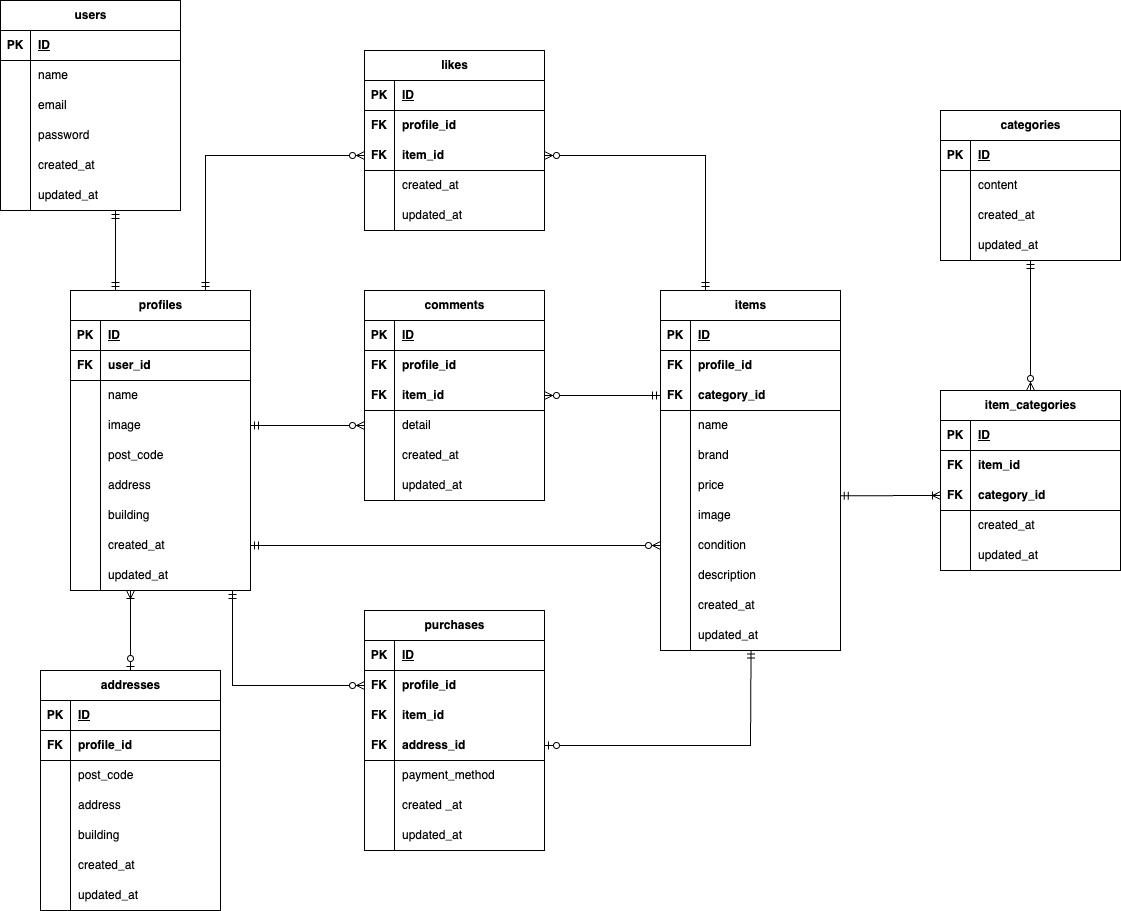
This is flea-market.png from ri0921/flea-market, a draw.io export, as it was before one commit. Source tidied: cells renumbered, new cells last; positions are measured from the earlier drawing's top-left corner, leaving out a move shared by most shapes.
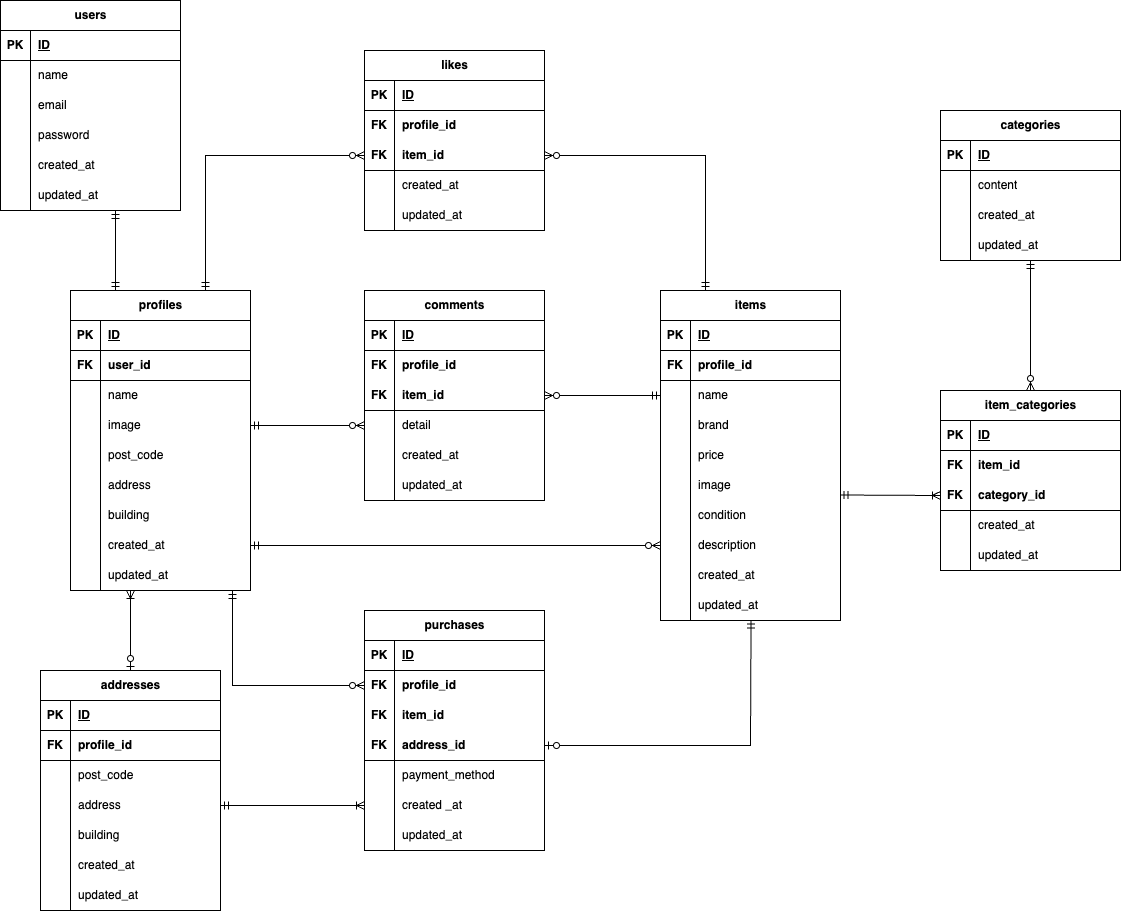
Above is the later version.

Change to the diagram source:
```diff
@@ -199,7 +199,7 @@
       <mxGeometry x="30" width="150" height="30" as="geometry" />
     </mxCell>
     <mxCell id="66" value="items" style="shape=table;startSize=30;rowLines=0;fontStyle=1;align=center;html=1;" parent="1" vertex="1">
-      <mxGeometry x="660" y="290" width="180" height="360" as="geometry" />
+      <mxGeometry x="660" y="290" width="180" height="330" as="geometry" />
     </mxCell>
     <mxCell id="67" style="shape=tableRow;horizontal=0;startSize=0;swimlaneHead=0;swimlaneBody=0;fillColor=none;top=0;left=0;right=0;bottom=1;" parent="66" vertex="1">
       <mxGeometry y="30" width="180" height="30" as="geometry" />
@@ -213,23 +213,14 @@
     <mxCell id="70" style="shape=tableRow;horizontal=0;startSize=0;swimlaneHead=0;swimlaneBody=0;fillColor=none;top=0;left=0;right=0;bottom=0;" parent="66" vertex="1">
       <mxGeometry y="60" width="180" height="30" as="geometry" />
     </mxCell>
-    <mxCell id="71" value="&lt;b&gt;FK&lt;/b&gt;" style="shape=partialRectangle;fillColor=none;top=0;left=0;bottom=0;right=0;overflow=hidden;whiteSpace=wrap;html=1;" parent="70" vertex="1">
+    <mxCell id="71" value="&lt;b&gt;FK&lt;/b&gt;" style="shape=partialRectangle;fillColor=none;top=0;left=0;bottom=1;right=0;overflow=hidden;whiteSpace=wrap;html=1;" parent="70" vertex="1">
       <mxGeometry width="30" height="30" as="geometry" />
     </mxCell>
-    <mxCell id="72" value="&lt;b&gt;profile_id&lt;/b&gt;" style="shape=partialRectangle;fillColor=none;top=0;left=0;bottom=0;right=0;align=left;spacingLeft=6;overflow=hidden;whiteSpace=wrap;html=1;" parent="70" vertex="1">
+    <mxCell id="72" value="&lt;b&gt;profile_id&lt;/b&gt;" style="shape=partialRectangle;fillColor=none;top=0;left=0;bottom=1;right=0;align=left;spacingLeft=6;overflow=hidden;whiteSpace=wrap;html=1;" parent="70" vertex="1">
       <mxGeometry x="30" width="150" height="30" as="geometry" />
     </mxCell>
-    <mxCell id="73" style="shape=tableRow;horizontal=0;startSize=0;swimlaneHead=0;swimlaneBody=0;fillColor=none;points=[[0,0.5],[1,0.5]];portConstraint=eastwest;top=0;left=0;right=0;bottom=0;" parent="66" vertex="1">
-      <mxGeometry y="90" width="180" height="30" as="geometry" />
-    </mxCell>
-    <mxCell id="74" value="&lt;b&gt;FK&lt;/b&gt;" style="shape=partialRectangle;fillColor=none;top=0;left=0;bottom=1;right=0;overflow=hidden;whiteSpace=wrap;html=1;" parent="73" vertex="1">
-      <mxGeometry width="30" height="30" as="geometry" />
-    </mxCell>
-    <mxCell id="75" value="&lt;b&gt;category_id&lt;/b&gt;" style="shape=partialRectangle;fillColor=none;top=0;left=0;bottom=1;right=0;align=left;spacingLeft=6;overflow=hidden;whiteSpace=wrap;html=1;" parent="73" vertex="1">
-      <mxGeometry x="30" width="150" height="30" as="geometry" />
-    </mxCell>
     <mxCell id="76" style="shape=tableRow;horizontal=0;startSize=0;swimlaneHead=0;swimlaneBody=0;fillColor=none;points=[[0,0.5],[1,0.5]];portConstraint=eastwest;top=0;left=0;right=0;bottom=0;" parent="66" vertex="1">
-      <mxGeometry y="120" width="180" height="30" as="geometry" />
+      <mxGeometry y="90" width="180" height="30" as="geometry" />
     </mxCell>
     <mxCell id="77" style="shape=partialRectangle;fillColor=none;top=0;left=0;bottom=0;right=0;overflow=hidden;whiteSpace=wrap;html=1;" parent="76" vertex="1">
       <mxGeometry width="30" height="30" as="geometry" />
@@ -238,7 +229,7 @@
       <mxGeometry x="30" width="150" height="30" as="geometry" />
     </mxCell>
     <mxCell id="79" style="shape=tableRow;horizontal=0;startSize=0;swimlaneHead=0;swimlaneBody=0;fillColor=none;top=0;left=0;right=0;bottom=0;" parent="66" vertex="1">
-      <mxGeometry y="150" width="180" height="30" as="geometry" />
+      <mxGeometry y="120" width="180" height="30" as="geometry" />
     </mxCell>
     <mxCell id="80" style="shape=partialRectangle;fillColor=none;top=0;left=0;bottom=0;right=0;overflow=hidden;whiteSpace=wrap;html=1;" parent="79" vertex="1">
       <mxGeometry width="30" height="30" as="geometry" />
@@ -247,7 +238,7 @@
       <mxGeometry x="30" width="150" height="30" as="geometry" />
     </mxCell>
     <mxCell id="82" style="shape=tableRow;horizontal=0;startSize=0;swimlaneHead=0;swimlaneBody=0;fillColor=none;points=[[0,0.5],[1,0.5]];portConstraint=eastwest;top=0;left=0;right=0;bottom=0;" parent="66" vertex="1">
-      <mxGeometry y="180" width="180" height="30" as="geometry" />
+      <mxGeometry y="150" width="180" height="30" as="geometry" />
     </mxCell>
     <mxCell id="83" style="shape=partialRectangle;fillColor=none;top=0;left=0;bottom=0;right=0;overflow=hidden;whiteSpace=wrap;html=1;" parent="82" vertex="1">
       <mxGeometry width="30" height="30" as="geometry" />
@@ -256,7 +247,7 @@
       <mxGeometry x="30" width="150" height="30" as="geometry" />
     </mxCell>
     <mxCell id="85" style="shape=tableRow;horizontal=0;startSize=0;swimlaneHead=0;swimlaneBody=0;fillColor=none;points=[[0,0.5],[1,0.5]];portConstraint=eastwest;top=0;left=0;right=0;bottom=0;" parent="66" vertex="1">
-      <mxGeometry y="210" width="180" height="30" as="geometry" />
+      <mxGeometry y="180" width="180" height="30" as="geometry" />
     </mxCell>
     <mxCell id="86" style="shape=partialRectangle;fillColor=none;top=0;left=0;bottom=0;right=0;overflow=hidden;whiteSpace=wrap;html=1;" parent="85" vertex="1">
       <mxGeometry width="30" height="30" as="geometry" />
@@ -265,7 +256,7 @@
       <mxGeometry x="30" width="150" height="30" as="geometry" />
     </mxCell>
     <mxCell id="88" style="shape=tableRow;horizontal=0;startSize=0;swimlaneHead=0;swimlaneBody=0;fillColor=none;points=[[0,0.5],[1,0.5]];portConstraint=eastwest;top=0;left=0;right=0;bottom=0;" parent="66" vertex="1">
-      <mxGeometry y="240" width="180" height="30" as="geometry" />
+      <mxGeometry y="210" width="180" height="30" as="geometry" />
     </mxCell>
     <mxCell id="89" style="shape=partialRectangle;fillColor=none;top=0;left=0;bottom=0;right=0;overflow=hidden;whiteSpace=wrap;html=1;" parent="88" vertex="1">
       <mxGeometry width="30" height="30" as="geometry" />
@@ -274,7 +265,7 @@
       <mxGeometry x="30" width="150" height="30" as="geometry" />
     </mxCell>
     <mxCell id="91" style="shape=tableRow;horizontal=0;startSize=0;swimlaneHead=0;swimlaneBody=0;fillColor=none;points=[[0,0.5],[1,0.5]];portConstraint=eastwest;top=0;left=0;right=0;bottom=0;" parent="66" vertex="1">
-      <mxGeometry y="270" width="180" height="30" as="geometry" />
+      <mxGeometry y="240" width="180" height="30" as="geometry" />
     </mxCell>
     <mxCell id="92" style="shape=partialRectangle;fillColor=none;top=0;left=0;bottom=0;right=0;overflow=hidden;whiteSpace=wrap;html=1;" parent="91" vertex="1">
       <mxGeometry width="30" height="30" as="geometry" />
@@ -283,7 +274,7 @@
       <mxGeometry x="30" width="150" height="30" as="geometry" />
     </mxCell>
     <mxCell id="94" style="shape=tableRow;horizontal=0;startSize=0;swimlaneHead=0;swimlaneBody=0;fillColor=none;top=0;left=0;right=0;bottom=0;" parent="66" vertex="1">
-      <mxGeometry y="300" width="180" height="30" as="geometry" />
+      <mxGeometry y="270" width="180" height="30" as="geometry" />
     </mxCell>
     <mxCell id="95" style="shape=partialRectangle;fillColor=none;top=0;left=0;bottom=0;right=0;overflow=hidden;whiteSpace=wrap;html=1;" parent="94" vertex="1">
       <mxGeometry width="30" height="30" as="geometry" />
@@ -292,7 +283,7 @@
       <mxGeometry x="30" width="150" height="30" as="geometry" />
     </mxCell>
     <mxCell id="97" style="shape=tableRow;horizontal=0;startSize=0;swimlaneHead=0;swimlaneBody=0;fillColor=none;points=[[0,0.5],[1,0.5]];portConstraint=eastwest;top=0;left=0;right=0;bottom=0;" parent="66" vertex="1">
-      <mxGeometry y="330" width="180" height="30" as="geometry" />
+      <mxGeometry y="300" width="180" height="30" as="geometry" />
     </mxCell>
     <mxCell id="98" style="shape=partialRectangle;fillColor=none;top=0;left=0;bottom=0;right=0;overflow=hidden;whiteSpace=wrap;html=1;" parent="97" vertex="1">
       <mxGeometry width="30" height="30" as="geometry" />
@@ -415,7 +406,7 @@
     <mxCell id="136" style="edgeStyle=none;html=1;exitX=1;exitY=0.5;exitDx=0;exitDy=0;entryX=0;entryY=0.5;entryDx=0;entryDy=0;rounded=0;curved=0;startArrow=ERmandOne;startFill=0;endArrow=ERzeroToMany;endFill=0;" parent="1" edge="1" target="54">
       <mxGeometry relative="1" as="geometry" />
     </mxCell>
-    <mxCell id="137" style="edgeStyle=none;html=1;exitX=1;exitY=0.5;exitDx=0;exitDy=0;entryX=0;entryY=0.5;entryDx=0;entryDy=0;rounded=0;curved=0;endArrow=ERmandOne;endFill=0;startArrow=ERzeroToMany;startFill=0;" parent="1" edge="1" source="54" target="73">
+    <mxCell id="137" style="edgeStyle=none;html=1;exitX=1;exitY=0.5;exitDx=0;exitDy=0;entryX=0;entryY=0.5;entryDx=0;entryDy=0;rounded=0;curved=0;endArrow=ERmandOne;endFill=0;startArrow=ERzeroToMany;startFill=0;" parent="1" edge="1" source="54" target="76">
       <mxGeometry relative="1" as="geometry" />
     </mxCell>
     <mxCell id="138" style="edgeStyle=none;html=1;exitX=1;exitY=0.5;exitDx=0;exitDy=0;entryX=0;entryY=0.5;entryDx=0;entryDy=0;rounded=0;curved=0;startArrow=ERmandOne;startFill=0;endArrow=ERzeroToMany;endFill=0;" parent="1" edge="1">
@@ -436,7 +427,7 @@
         </Array>
       </mxGeometry>
     </mxCell>
-    <mxCell id="141" style="edgeStyle=none;html=1;exitX=1;exitY=0.5;exitDx=0;exitDy=0;entryX=0;entryY=0.5;entryDx=0;entryDy=0;rounded=0;curved=0;startArrow=ERmandOne;startFill=0;endArrow=ERzeroToMany;endFill=0;" parent="1" edge="1" source="25" target="88">
+    <mxCell id="141" style="edgeStyle=none;html=1;exitX=1;exitY=0.5;exitDx=0;exitDy=0;entryX=0;entryY=0.5;entryDx=0;entryDy=0;rounded=0;curved=0;startArrow=ERmandOne;startFill=0;endArrow=ERzeroToMany;endFill=0;" parent="1" edge="1" source="25" target="91">
       <mxGeometry relative="1" as="geometry" />
     </mxCell>
     <mxCell id="142" style="edgeStyle=none;html=1;exitX=1;exitY=0.5;exitDx=0;exitDy=0;entryX=0;entryY=0.5;entryDx=0;entryDy=0;rounded=0;curved=0;startArrow=ERmandOne;startFill=0;endArrow=ERzeroToMany;endFill=0;" parent="1" edge="1" source="13" target="57">
@@ -628,8 +619,11 @@
         <mxPoint x="1030" y="260" as="targetPoint" />
       </mxGeometry>
     </mxCell>
-    <mxCell id="203" style="edgeStyle=none;html=1;exitX=0;exitY=0.5;exitDx=0;exitDy=0;entryX=0.998;entryY=0.842;entryDx=0;entryDy=0;entryPerimeter=0;startArrow=ERoneToMany;startFill=0;endArrow=ERmandOne;endFill=0;" parent="1" edge="1" source="193" target="82">
+    <mxCell id="203" style="edgeStyle=none;html=1;exitX=0;exitY=0.5;exitDx=0;exitDy=0;startArrow=ERoneToMany;startFill=0;endArrow=ERmandOne;endFill=0;entryX=0.997;entryY=0.817;entryDx=0;entryDy=0;entryPerimeter=0;" parent="1" edge="1" source="193" target="85">
       <mxGeometry relative="1" as="geometry" />
     </mxCell>
+    <mxCell id="204" style="edgeStyle=none;html=1;exitX=1;exitY=0.5;exitDx=0;exitDy=0;rounded=0;curved=0;startArrow=ERmandOne;startFill=0;endArrow=ERoneToMany;endFill=0;" parent="1" edge="1" source="172" target="116">
+      <mxGeometry relative="1" as="geometry" />
+    </mxCell>
   </root>
 </mxGraphModel>
```
